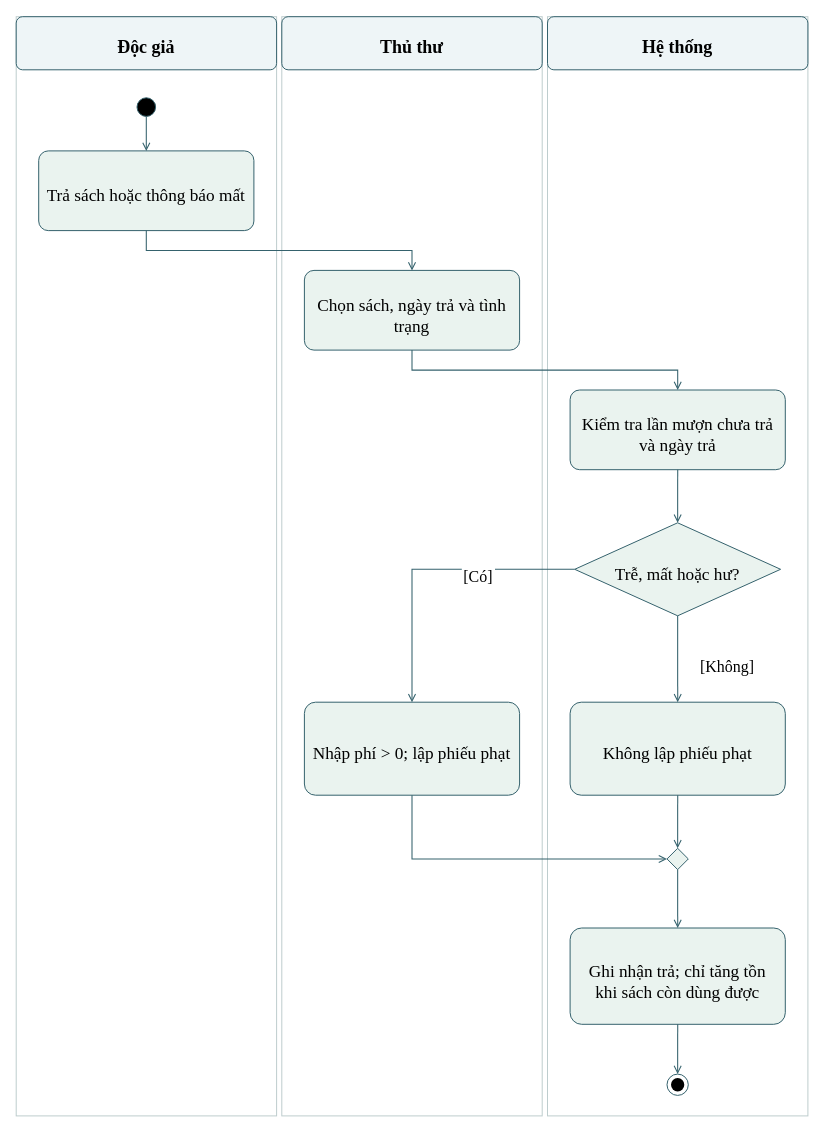
Earlier version of the draw.io diagram LAB2/UML/06_ActivityTraSachPhat.drawio (kanishere55/LAB_AT_OOSD). Source tidied: cells renumbered, new cells numbered last; positions are measured from the earlier drawing's top-left corner, leaving out a move shared by most shapes. Both pictures are drawn from the tidied source at 100%, with x=0, y=0 at pixel (16, 16).
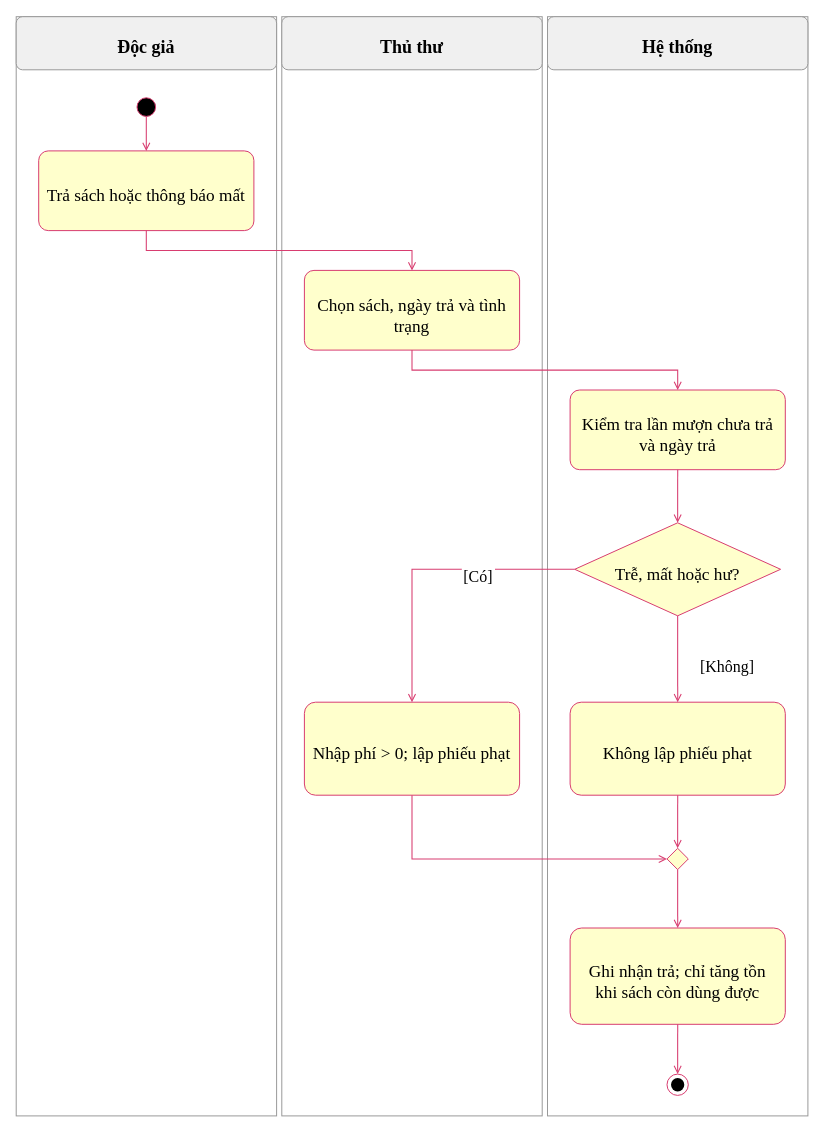
After the change.

Unchanged cells that the change refers to:
```xml
<mxCell id="11" style="group;html=0;" parent="1" vertex="1">
  <mxGeometry x="120.5" y="81.3" width="18.6" height="18.6" as="geometry" />
</mxCell>
<mxCell id="13" style="group;html=0;" parent="1" vertex="1">
  <mxGeometry x="22.2" y="134.4" width="215.2" height="79.7" as="geometry" />
</mxCell>
<mxCell id="16" style="group;html=0;" parent="1" vertex="1">
  <mxGeometry x="287.9" y="253.9" width="215.2" height="79.7" as="geometry" />
</mxCell>
<mxCell id="19" style="group;html=0;" parent="1" vertex="1">
  <mxGeometry x="553.6" y="373.5" width="215.2" height="79.7" as="geometry" />
</mxCell>
<mxCell id="22" style="group;html=0;" parent="1" vertex="1">
  <mxGeometry x="558.2" y="506.3" width="205.9" height="93" as="geometry" />
</mxCell>
<mxCell id="25" style="group;html=0;" parent="1" vertex="1">
  <mxGeometry x="287.9" y="685.7" width="215.2" height="93" as="geometry" />
</mxCell>
<mxCell id="28" style="group;html=0;" parent="1" vertex="1">
  <mxGeometry x="553.6" y="685.7" width="215.2" height="93" as="geometry" />
</mxCell>
<mxCell id="31" style="group;html=0;" parent="1" vertex="1">
  <mxGeometry x="650.5" y="831.8" width="21.3" height="21.3" as="geometry" />
</mxCell>
<mxCell id="33" style="group;html=0;" parent="1" vertex="1">
  <mxGeometry x="553.6" y="911.5" width="215.2" height="96.3" as="geometry" />
</mxCell>
<mxCell id="36" style="group;html=0;" parent="1" vertex="1">
  <mxGeometry x="650.5" y="1057.6" width="21.3" height="21.3" as="geometry" />
</mxCell>
```

Change to the diagram source:
```diff
@@
-    <mxCell id="2" style="rounded=0;arcSize=12;html=0;fillColor=none;strokeColor=#becdce;strokeWidth=0.996;" parent="1" vertex="1">
+    <mxCell id="2" style="rounded=0;arcSize=12;html=0;fillColor=none;strokeColor=#999999;strokeWidth=0.996;" parent="1" vertex="1">
       <mxGeometry x="-0.3" y="0.2" width="260.4" height="1099.2" as="geometry" />
     </mxCell>
-    <mxCell id="3" style="rounded=1;arcSize=12;html=0;fillColor=#eef5f7;strokeColor=#35626d;strokeWidth=0.996;" parent="1" vertex="1">
+    <mxCell id="3" style="rounded=1;arcSize=12;html=0;fillColor=#f0f0f0;strokeColor=#999999;strokeWidth=0.996;" parent="1" vertex="1">
       <mxGeometry x="-0.3" y="0.2" width="260.4" height="53.1" as="geometry" />
     </mxCell>
@@
-    <mxCell id="5" style="rounded=0;arcSize=12;html=0;fillColor=none;strokeColor=#becdce;strokeWidth=0.996;" parent="1" vertex="1">
+    <mxCell id="5" style="rounded=0;arcSize=12;html=0;fillColor=none;strokeColor=#999999;strokeWidth=0.996;" parent="1" vertex="1">
       <mxGeometry x="265.3" y="0.2" width="260.4" height="1099.2" as="geometry" />
     </mxCell>
-    <mxCell id="6" style="rounded=1;arcSize=12;html=0;fillColor=#eef5f7;strokeColor=#35626d;strokeWidth=0.996;" parent="1" vertex="1">
+    <mxCell id="6" style="rounded=1;arcSize=12;html=0;fillColor=#f0f0f0;strokeColor=#999999;strokeWidth=0.996;" parent="1" vertex="1">
       <mxGeometry x="265.3" y="0.2" width="260.4" height="53.1" as="geometry" />
     </mxCell>
@@
-    <mxCell id="8" style="rounded=0;arcSize=12;html=0;fillColor=none;strokeColor=#becdce;strokeWidth=0.996;" parent="1" vertex="1">
+    <mxCell id="8" style="rounded=0;arcSize=12;html=0;fillColor=none;strokeColor=#999999;strokeWidth=0.996;" parent="1" vertex="1">
       <mxGeometry x="531" y="0.2" width="260.4" height="1099.2" as="geometry" />
     </mxCell>
-    <mxCell id="9" style="rounded=1;arcSize=12;html=0;fillColor=#eef5f7;strokeColor=#35626d;strokeWidth=0.996;" parent="1" vertex="1">
+    <mxCell id="9" style="rounded=1;arcSize=12;html=0;fillColor=#f0f0f0;strokeColor=#999999;strokeWidth=0.996;" parent="1" vertex="1">
       <mxGeometry x="531" y="0.2" width="260.4" height="53.1" as="geometry" />
     </mxCell>
@@
-    <mxCell id="12" style="shape=ellipse;fillColor=#000000;strokeColor=#35626d;" parent="11" vertex="1">
+    <mxCell id="12" style="shape=ellipse;fillColor=#000000;strokeColor=#d83d70;" parent="11" vertex="1">
       <mxGeometry width="18.6" height="18.6" as="geometry" />
     </mxCell>
@@
-    <mxCell id="14" style="rounded=1;arcSize=12;html=0;fillColor=#eaf3ef;strokeColor=#35626d;strokeWidth=0.996;" parent="13" vertex="1">
+    <mxCell id="14" style="rounded=1;arcSize=12;html=0;fillColor=#ffffcc;strokeColor=#d83d70;strokeWidth=0.996;" parent="13" vertex="1">
       <mxGeometry width="215.2" height="79.7" as="geometry" />
     </mxCell>
@@
-    <mxCell id="17" style="rounded=1;arcSize=12;html=0;fillColor=#eaf3ef;strokeColor=#35626d;strokeWidth=0.996;" parent="16" vertex="1">
+    <mxCell id="17" style="rounded=1;arcSize=12;html=0;fillColor=#ffffcc;strokeColor=#d83d70;strokeWidth=0.996;" parent="16" vertex="1">
       <mxGeometry width="215.2" height="79.7" as="geometry" />
     </mxCell>
@@
-    <mxCell id="20" style="rounded=1;arcSize=12;html=0;fillColor=#eaf3ef;strokeColor=#35626d;strokeWidth=0.996;" parent="19" vertex="1">
+    <mxCell id="20" style="rounded=1;arcSize=12;html=0;fillColor=#ffffcc;strokeColor=#d83d70;strokeWidth=0.996;" parent="19" vertex="1">
       <mxGeometry width="215.2" height="79.7" as="geometry" />
     </mxCell>
@@
-    <mxCell id="23" style="shape=rhombus;fillColor=#eaf3ef;strokeColor=#35626d;" parent="22" vertex="1">
+    <mxCell id="23" style="shape=rhombus;fillColor=#ffffcc;strokeColor=#d83d70;" parent="22" vertex="1">
       <mxGeometry width="205.9" height="93" as="geometry" />
     </mxCell>
@@
-    <mxCell id="26" style="rounded=1;arcSize=12;html=0;fillColor=#eaf3ef;strokeColor=#35626d;strokeWidth=0.996;" parent="25" vertex="1">
+    <mxCell id="26" style="rounded=1;arcSize=12;html=0;fillColor=#ffffcc;strokeColor=#d83d70;strokeWidth=0.996;" parent="25" vertex="1">
       <mxGeometry width="215.2" height="93" as="geometry" />
     </mxCell>
@@
-    <mxCell id="29" style="rounded=1;arcSize=12;html=0;fillColor=#eaf3ef;strokeColor=#35626d;strokeWidth=0.996;" parent="28" vertex="1">
+    <mxCell id="29" style="rounded=1;arcSize=12;html=0;fillColor=#ffffcc;strokeColor=#d83d70;strokeWidth=0.996;" parent="28" vertex="1">
       <mxGeometry width="215.2" height="93" as="geometry" />
     </mxCell>
@@
-    <mxCell id="32" style="shape=rhombus;fillColor=#eaf3ef;strokeColor=#35626d;" parent="31" vertex="1">
+    <mxCell id="32" style="shape=rhombus;fillColor=#ffffcc;strokeColor=#d83d70;" parent="31" vertex="1">
       <mxGeometry width="21.3" height="21.3" as="geometry" />
     </mxCell>
@@
-    <mxCell id="34" style="rounded=1;arcSize=12;html=0;fillColor=#eaf3ef;strokeColor=#35626d;strokeWidth=0.996;" parent="33" vertex="1">
+    <mxCell id="34" style="rounded=1;arcSize=12;html=0;fillColor=#ffffcc;strokeColor=#d83d70;strokeWidth=0.996;" parent="33" vertex="1">
       <mxGeometry width="215.2" height="96.3" as="geometry" />
     </mxCell>
@@
-    <mxCell id="37" style="shape=ellipse;fillColor=white;strokeColor=#35626d;" parent="36" vertex="1">
+    <mxCell id="37" style="shape=ellipse;fillColor=white;strokeColor=#d83d70;" parent="36" vertex="1">
       <mxGeometry width="21.3" height="21.3" as="geometry" />
     </mxCell>
@@
-    <mxCell id="39" style="edgeStyle=none;noEdgeStyle=1;rounded=0;jumpStyle=arc;jumpSize=6;strokeColor=#35626d;strokeWidth=1.063;endArrow=open;endFill=0;startArrow=none;startFill=1;exitX=0.5;exitY=1.0;exitPerimeter=0;entryX=0.5;entryY=0.0;entryPerimeter=0;" parent="1" edge="1" source="11" target="13">
+    <mxCell id="39" style="edgeStyle=none;noEdgeStyle=1;rounded=0;jumpStyle=arc;jumpSize=6;strokeColor=#d83d70;strokeWidth=1.063;endArrow=open;endFill=0;startArrow=none;startFill=1;exitX=0.5;exitY=1.0;exitPerimeter=0;entryX=0.5;entryY=0.0;entryPerimeter=0;" parent="1" edge="1" source="11" target="13">
       <mxGeometry relative="1" as="geometry" />
     </mxCell>
-    <mxCell id="40" style="edgeStyle=none;noEdgeStyle=1;rounded=0;jumpStyle=arc;jumpSize=6;strokeColor=#35626d;strokeWidth=1.063;endArrow=open;endFill=0;startArrow=none;startFill=1;exitX=0.5;exitY=1.0;exitPerimeter=0;entryX=0.5;entryY=0.0;entryPerimeter=0;" parent="1" edge="1" source="13" target="16">
+    <mxCell id="40" style="edgeStyle=none;noEdgeStyle=1;rounded=0;jumpStyle=arc;jumpSize=6;strokeColor=#d83d70;strokeWidth=1.063;endArrow=open;endFill=0;startArrow=none;startFill=1;exitX=0.5;exitY=1.0;exitPerimeter=0;entryX=0.5;entryY=0.0;entryPerimeter=0;" parent="1" edge="1" source="13" target="16">
       <mxGeometry relative="1" as="geometry">
         <Array as="points">
           <mxPoint x="129.8" y="234" />
           <mxPoint x="395.5" y="234" />
         </Array>
       </mxGeometry>
     </mxCell>
-    <mxCell id="41" style="edgeStyle=none;noEdgeStyle=1;rounded=0;jumpStyle=arc;jumpSize=6;strokeColor=#35626d;strokeWidth=1.063;endArrow=open;endFill=0;startArrow=none;startFill=1;exitX=0.5;exitY=1.0;exitPerimeter=0;entryX=0.5;entryY=0.0;entryPerimeter=0;" parent="1" edge="1" source="16" target="19">
+    <mxCell id="41" style="edgeStyle=none;noEdgeStyle=1;rounded=0;jumpStyle=arc;jumpSize=6;strokeColor=#d83d70;strokeWidth=1.063;endArrow=open;endFill=0;startArrow=none;startFill=1;exitX=0.5;exitY=1.0;exitPerimeter=0;entryX=0.5;entryY=0.0;entryPerimeter=0;" parent="1" edge="1" source="16" target="19">
       <mxGeometry relative="1" as="geometry">
         <Array as="points">
           <mxPoint x="395.5" y="353.6" />
           <mxPoint x="661.2" y="353.6" />
         </Array>
       </mxGeometry>
     </mxCell>
-    <mxCell id="42" style="edgeStyle=none;noEdgeStyle=1;rounded=0;jumpStyle=arc;jumpSize=6;strokeColor=#35626d;strokeWidth=1.063;endArrow=open;endFill=0;startArrow=none;startFill=1;exitX=0.5;exitY=1.0;exitPerimeter=0;entryX=0.5;entryY=0.0;entryPerimeter=0;" parent="1" edge="1" source="19" target="22">
+    <mxCell id="42" style="edgeStyle=none;noEdgeStyle=1;rounded=0;jumpStyle=arc;jumpSize=6;strokeColor=#d83d70;strokeWidth=1.063;endArrow=open;endFill=0;startArrow=none;startFill=1;exitX=0.5;exitY=1.0;exitPerimeter=0;entryX=0.5;entryY=0.0;entryPerimeter=0;" parent="1" edge="1" source="19" target="22">
       <mxGeometry relative="1" as="geometry" />
     </mxCell>
-    <mxCell id="43" style="edgeStyle=none;noEdgeStyle=1;rounded=0;jumpStyle=arc;jumpSize=6;strokeColor=#35626d;strokeWidth=1.063;endArrow=open;endFill=0;startArrow=none;startFill=1;exitX=0.5;exitY=1.0;exitPerimeter=0;entryX=0.5;entryY=0.0;entryPerimeter=0;" parent="1" edge="1" source="28" target="31">
+    <mxCell id="43" style="edgeStyle=none;noEdgeStyle=1;rounded=0;jumpStyle=arc;jumpSize=6;strokeColor=#d83d70;strokeWidth=1.063;endArrow=open;endFill=0;startArrow=none;startFill=1;exitX=0.5;exitY=1.0;exitPerimeter=0;entryX=0.5;entryY=0.0;entryPerimeter=0;" parent="1" edge="1" source="28" target="31">
       <mxGeometry relative="1" as="geometry" />
     </mxCell>
-    <mxCell id="44" style="edgeStyle=none;noEdgeStyle=1;rounded=0;jumpStyle=arc;jumpSize=6;strokeColor=#35626d;strokeWidth=1.063;endArrow=open;endFill=0;startArrow=none;startFill=1;exitX=0.5;exitY=1.0;exitPerimeter=0;entryX=0.5;entryY=0.0;entryPerimeter=0;" parent="1" edge="1" source="31" target="33">
+    <mxCell id="44" style="edgeStyle=none;noEdgeStyle=1;rounded=0;jumpStyle=arc;jumpSize=6;strokeColor=#d83d70;strokeWidth=1.063;endArrow=open;endFill=0;startArrow=none;startFill=1;exitX=0.5;exitY=1.0;exitPerimeter=0;entryX=0.5;entryY=0.0;entryPerimeter=0;" parent="1" edge="1" source="31" target="33">
       <mxGeometry relative="1" as="geometry" />
     </mxCell>
-    <mxCell id="45" style="edgeStyle=none;noEdgeStyle=1;rounded=0;jumpStyle=arc;jumpSize=6;strokeColor=#35626d;strokeWidth=1.063;endArrow=open;endFill=0;startArrow=none;startFill=1;exitX=0.5;exitY=1.0;exitPerimeter=0;entryX=0.5;entryY=0.0;entryPerimeter=0;" parent="1" edge="1" source="33" target="36">
+    <mxCell id="45" style="edgeStyle=none;noEdgeStyle=1;rounded=0;jumpStyle=arc;jumpSize=6;strokeColor=#d83d70;strokeWidth=1.063;endArrow=open;endFill=0;startArrow=none;startFill=1;exitX=0.5;exitY=1.0;exitPerimeter=0;entryX=0.5;entryY=0.0;entryPerimeter=0;" parent="1" edge="1" source="33" target="36">
       <mxGeometry relative="1" as="geometry" />
     </mxCell>
-    <mxCell id="46" style="edgeStyle=none;noEdgeStyle=1;rounded=0;jumpStyle=arc;jumpSize=6;strokeColor=#35626d;strokeWidth=1.063;endArrow=open;endFill=0;startArrow=none;startFill=1;exitX=0.0;exitY=0.5;exitPerimeter=0;entryX=0.5;entryY=0.0;entryPerimeter=0;" parent="1" edge="1" source="22" target="25">
+    <mxCell id="46" style="edgeStyle=none;noEdgeStyle=1;rounded=0;jumpStyle=arc;jumpSize=6;strokeColor=#d83d70;strokeWidth=1.063;endArrow=open;endFill=0;startArrow=none;startFill=1;exitX=0.0;exitY=0.5;exitPerimeter=0;entryX=0.5;entryY=0.0;entryPerimeter=0;" parent="1" edge="1" source="22" target="25">
       <mxGeometry relative="1" as="geometry">
         <Array as="points">
           <mxPoint x="395.5" y="552.8" />
         </Array>
       </mxGeometry>
     </mxCell>
@@
-    <mxCell id="48" style="edgeStyle=none;noEdgeStyle=1;rounded=0;jumpStyle=arc;jumpSize=6;strokeColor=#35626d;strokeWidth=1.063;endArrow=open;endFill=0;startArrow=none;startFill=1;exitX=0.5;exitY=1.0;exitPerimeter=0;entryX=0.5;entryY=0.0;entryPerimeter=0;" parent="1" edge="1" source="22" target="28">
+    <mxCell id="48" style="edgeStyle=none;noEdgeStyle=1;rounded=0;jumpStyle=arc;jumpSize=6;strokeColor=#d83d70;strokeWidth=1.063;endArrow=open;endFill=0;startArrow=none;startFill=1;exitX=0.5;exitY=1.0;exitPerimeter=0;entryX=0.5;entryY=0.0;entryPerimeter=0;" parent="1" edge="1" source="22" target="28">
       <mxGeometry relative="1" as="geometry" />
     </mxCell>
@@
-    <mxCell id="50" style="edgeStyle=none;noEdgeStyle=1;rounded=0;jumpStyle=arc;jumpSize=6;strokeColor=#35626d;strokeWidth=1.063;endArrow=open;endFill=0;startArrow=none;startFill=1;exitX=0.5;exitY=1.0;exitPerimeter=0;entryX=0.0;entryY=0.5;entryPerimeter=0;" parent="1" edge="1" source="25" target="31">
+    <mxCell id="50" style="edgeStyle=none;noEdgeStyle=1;rounded=0;jumpStyle=arc;jumpSize=6;strokeColor=#d83d70;strokeWidth=1.063;endArrow=open;endFill=0;startArrow=none;startFill=1;exitX=0.5;exitY=1.0;exitPerimeter=0;entryX=0.0;entryY=0.5;entryPerimeter=0;" parent="1" edge="1" source="25" target="31">
       <mxGeometry relative="1" as="geometry">
         <Array as="points">
           <mxPoint x="395.5" y="842.4" />
         </Array>
       </mxGeometry>
     </mxCell>
```
